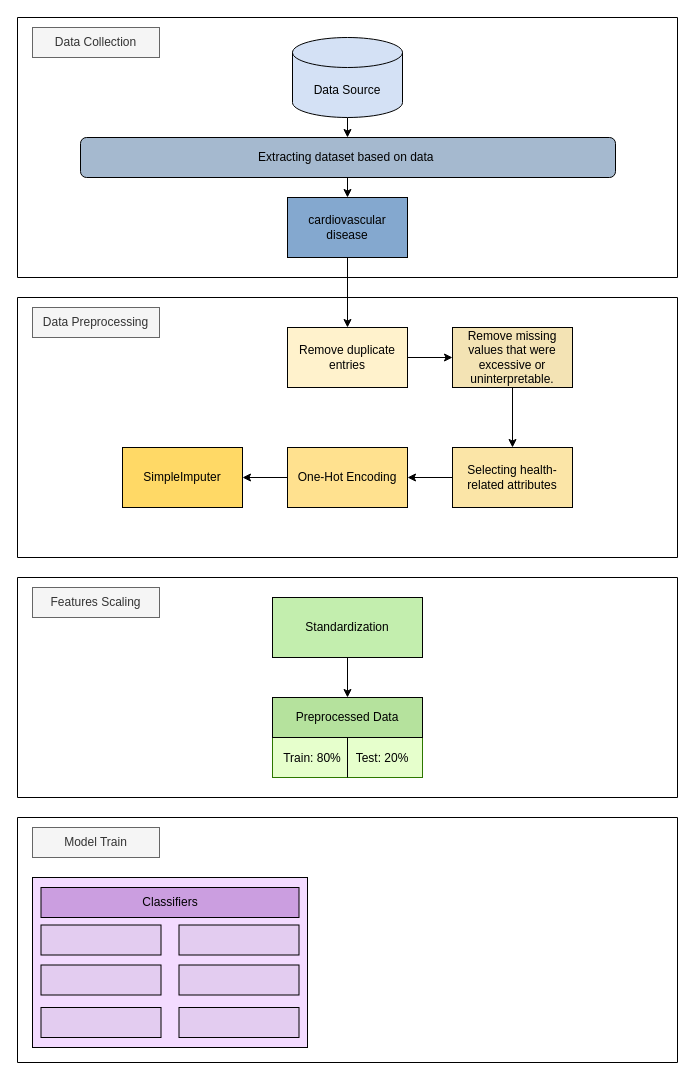
Jenny-Tanananya/Diagram keeps this draw.io diagram as pj.drawio. Above is the earlier version. Source tidied: cells renumbered, new cells numbered last; positions are measured from the earlier drawing's top-left corner, leaving out a move shared by most shapes. Both pictures are drawn from the tidied source at 100%, with x=0, y=0 at pixel (17, 17).
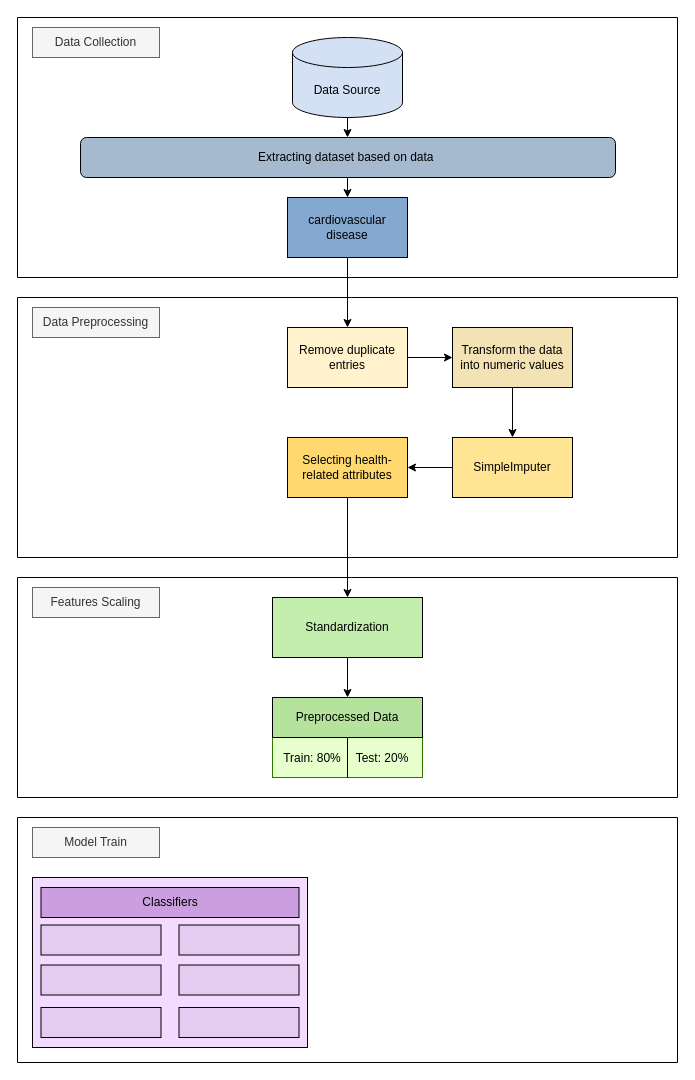
After the change.

Unchanged cells that the change refers to:
```xml
<mxCell id="9" style="swimlane;startSize=0;" parent="1" vertex="1">
  <mxGeometry y="280" width="660" height="260" as="geometry" />
</mxCell>
<mxCell id="27" value="Standardization" style="rounded=0;whiteSpace=wrap;html=1;fillColor=#C3EEAE;" parent="21" vertex="1">
  <mxGeometry x="255" y="20" width="150" height="60" as="geometry" />
</mxCell>
```

The edit, as a diff of the source:
```diff
@@
-    <mxCell id="12" style="edgeStyle=orthogonalEdgeStyle;rounded=0;jettySize=auto;html=1;" parent="9" edge="1" source="13" target="15">
-      <mxGeometry relative="1" as="geometry" />
-    </mxCell>
+    <mxCell id="40" style="edgeStyle=orthogonalEdgeStyle;rounded=0;jettySize=auto;html=1;" parent="9" edge="1" source="13" target="18">
+      <mxGeometry relative="1" as="geometry" />
+    </mxCell>
-    <mxCell id="13" value="&lt;p style=&quot;&quot;&gt;&lt;font&gt;Remove missing values that were excessive or uninterpretable.&lt;/font&gt;&lt;/p&gt;" style="rounded=0;whiteSpace=wrap;html=1;fillColor=light-dark(#f3e3b4, #281d00);" parent="9" vertex="1">
+    <mxCell id="13" value="&lt;p style=&quot;&quot;&gt;&lt;font&gt;Transform the data into numeric values&lt;/font&gt;&lt;/p&gt;" style="rounded=0;whiteSpace=wrap;html=1;fillColor=light-dark(#f3e3b4, #281d00);" parent="9" vertex="1">
       <mxGeometry x="435" y="30" width="120" height="60" as="geometry" />
     </mxCell>
-    <mxCell id="14" style="edgeStyle=orthogonalEdgeStyle;rounded=0;jettySize=auto;html=1;" parent="9" edge="1" source="15" target="17">
-      <mxGeometry relative="1" as="geometry" />
-    </mxCell>
-    <mxCell id="15" value="&lt;p style=&quot;&quot;&gt;&lt;font&gt;Selecting health-related attributes&lt;/font&gt;&lt;/p&gt;" style="rounded=0;whiteSpace=wrap;html=1;fillColor=light-dark(#fbe5a7, #ededed);" parent="9" vertex="1">
-      <mxGeometry x="435" y="150" width="120" height="60" as="geometry" />
+    <mxCell id="15" value="&lt;p style=&quot;&quot;&gt;&lt;font&gt;Selecting health-related attributes&lt;/font&gt;&lt;/p&gt;" style="rounded=0;whiteSpace=wrap;html=1;fillColor=light-dark(#ffd970, #ededed);" parent="9" vertex="1">
+      <mxGeometry x="270" y="140" width="120" height="60" as="geometry" />
     </mxCell>
-    <mxCell id="16" style="edgeStyle=orthogonalEdgeStyle;rounded=0;jettySize=auto;html=1;" parent="9" edge="1" source="17" target="18">
-      <mxGeometry relative="1" as="geometry" />
-    </mxCell>
-    <mxCell id="17" value="One-Hot Encoding" style="rounded=0;whiteSpace=wrap;html=1;fillColor=light-dark(#ffe18f, #ededed);" parent="9" vertex="1">
-      <mxGeometry x="270" y="150" width="120" height="60" as="geometry" />
-    </mxCell>
+    <mxCell id="41" style="edgeStyle=orthogonalEdgeStyle;rounded=0;jettySize=auto;html=1;" parent="9" edge="1" source="18" target="15">
+      <mxGeometry relative="1" as="geometry" />
+    </mxCell>
-    <mxCell id="18" value="&lt;span&gt;SimpleImputer&lt;/span&gt;" style="rounded=0;whiteSpace=wrap;html=1;fillColor=#FFD966;" parent="9" vertex="1">
-      <mxGeometry x="105" y="150" width="120" height="60" as="geometry" />
+    <mxCell id="18" value="&lt;span&gt;SimpleImputer&lt;/span&gt;" style="rounded=0;whiteSpace=wrap;html=1;fillColor=light-dark(#ffe494, #543300);" parent="9" vertex="1">
+      <mxGeometry x="435" y="140" width="120" height="60" as="geometry" />
     </mxCell>
@@
+    <mxCell id="42" style="edgeStyle=orthogonalEdgeStyle;rounded=0;jettySize=auto;html=1;" parent="1" edge="1" source="15" target="27">
+      <mxGeometry relative="1" as="geometry" />
+    </mxCell>
```
